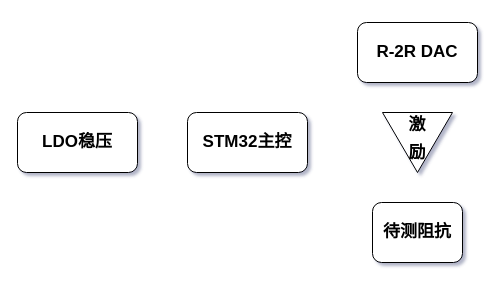
The draw.io diagram PDF/Untitled Diagram.drawio in hecheng1-byte/PCM2904, before the edit. Source tidied: cells renumbered, new cells numbered last; positions are measured from the earlier drawing's top-left corner, leaving out a move shared by most shapes. Both pictures are drawn from the tidied source at 100%, with x=0, y=0 at pixel (17, 22).
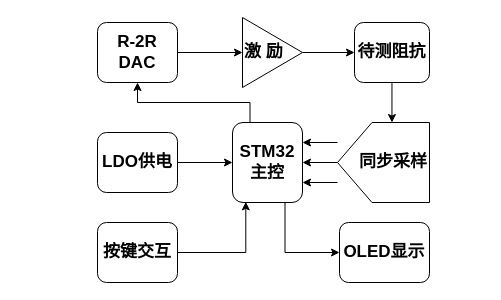
After the change.

Change to the diagram source:
```diff
@@
-<mxGraphModel background="#ffffff" shadow="1">
+<mxGraphModel>
   <root>
     <mxCell id="0" />
     <mxCell id="1" parent="0" />
+    <mxCell id="7" style="edgeStyle=orthogonalEdgeStyle;rounded=0;jettySize=auto;html=1;exitX=0.25;exitY=0;exitDx=0;exitDy=0;entryX=0.5;entryY=1;entryDx=0;entryDy=0;" parent="1" edge="1" source="2" target="4">
+      <mxGeometry relative="1" as="geometry" />
+    </mxCell>
+    <mxCell id="8" style="edgeStyle=orthogonalEdgeStyle;rounded=0;jettySize=auto;html=1;exitX=0.75;exitY=1;exitDx=0;exitDy=0;entryX=0;entryY=0.5;entryDx=0;entryDy=0;" parent="1" edge="1" source="2" target="19">
+      <mxGeometry relative="1" as="geometry" />
+    </mxCell>
     <mxCell id="2" value="&lt;b&gt;&lt;font style=&quot;font-size: 17px&quot;&gt;STM32主控&lt;/font&gt;&lt;/b&gt;" style="rounded=1;whiteSpace=wrap;html=1;" parent="1" vertex="1">
-      <mxGeometry x="170" y="90" width="120" height="60" as="geometry" />
+      <mxGeometry x="215" y="100" width="70" height="80" as="geometry" />
     </mxCell>
+    <mxCell id="9" style="edgeStyle=orthogonalEdgeStyle;rounded=0;jettySize=auto;html=1;entryX=0;entryY=0.5;entryDx=0;entryDy=0;" parent="1" edge="1" source="3" target="2">
+      <mxGeometry relative="1" as="geometry" />
+    </mxCell>
-    <mxCell id="3" value="&lt;b&gt;&lt;font style=&quot;font-size: 17px&quot;&gt;LDO稳压&lt;/font&gt;&lt;/b&gt;" style="rounded=1;whiteSpace=wrap;html=1;" parent="1" vertex="1">
-      <mxGeometry y="90" width="120" height="60" as="geometry" />
+    <mxCell id="3" value="&lt;b&gt;&lt;font style=&quot;font-size: 17px&quot;&gt;LDO供电&lt;/font&gt;&lt;/b&gt;" style="rounded=1;whiteSpace=wrap;html=1;" parent="1" vertex="1">
+      <mxGeometry x="80" y="110" width="80" height="60" as="geometry" />
     </mxCell>
+    <mxCell id="10" style="edgeStyle=orthogonalEdgeStyle;rounded=0;jettySize=auto;html=1;entryX=0;entryY=0.5;entryDx=0;entryDy=0;" parent="1" edge="1" source="4" target="6">
+      <mxGeometry relative="1" as="geometry" />
+    </mxCell>
     <mxCell id="4" value="&lt;b&gt;&lt;font style=&quot;font-size: 17px&quot;&gt;R-2R DAC&lt;/font&gt;&lt;/b&gt;" style="rounded=1;whiteSpace=wrap;html=1;" parent="1" vertex="1">
-      <mxGeometry x="340" width="120" height="60" as="geometry" />
+      <mxGeometry x="80" width="80" height="60" as="geometry" />
     </mxCell>
+    <mxCell id="11" style="edgeStyle=orthogonalEdgeStyle;rounded=0;jettySize=auto;html=1;entryX=0;entryY=0.408;entryDx=0;entryDy=0;entryPerimeter=0;" parent="1" edge="1" source="5" target="16">
+      <mxGeometry relative="1" as="geometry" />
+    </mxCell>
     <mxCell id="5" value="&lt;b&gt;&lt;font style=&quot;font-size: 17px&quot;&gt;待测阻抗&lt;/font&gt;&lt;/b&gt;" style="rounded=1;whiteSpace=wrap;html=1;" parent="1" vertex="1">
-      <mxGeometry x="355" y="180" width="90" height="60" as="geometry" />
+      <mxGeometry x="337" width="75" height="60" as="geometry" />
     </mxCell>
+    <mxCell id="12" style="edgeStyle=orthogonalEdgeStyle;rounded=0;jettySize=auto;html=1;entryX=0;entryY=0.5;entryDx=0;entryDy=0;" parent="1" edge="1" source="6" target="5">
+      <mxGeometry relative="1" as="geometry" />
+    </mxCell>
-    <mxCell id="6" value="&lt;div style=&quot;font-size: 17px&quot; align=&quot;center&quot;&gt;&lt;sup&gt;&lt;b&gt;&lt;font style=&quot;font-size: 17px&quot;&gt;激&lt;/font&gt;&lt;/b&gt;&lt;/sup&gt;&lt;/div&gt;&lt;div style=&quot;font-size: 17px&quot; align=&quot;center&quot;&gt;&lt;sup&gt;&lt;b&gt;&lt;font style=&quot;font-size: 17px&quot;&gt;励&lt;/font&gt;&lt;/b&gt;&lt;/sup&gt;&lt;/div&gt;" style="triangle;whiteSpace=wrap;html=1;direction=south;align=center;" parent="1" vertex="1">
-      <mxGeometry x="365" y="90" width="70" height="60" as="geometry" />
+    <mxCell id="6" value="&lt;div style=&quot;font-size: 17px&quot; align=&quot;left&quot;&gt;&lt;b&gt;激 励&lt;/b&gt;&lt;/div&gt;" style="triangle;whiteSpace=wrap;html=1;direction=east;align=left;" parent="1" vertex="1">
+      <mxGeometry x="225" y="-5" width="60" height="70" as="geometry" />
     </mxCell>
+    <mxCell id="13" style="edgeStyle=orthogonalEdgeStyle;rounded=0;jettySize=auto;html=1;entryX=1;entryY=0.5;entryDx=0;entryDy=0;" parent="1" edge="1" source="16" target="2">
+      <mxGeometry relative="1" as="geometry" />
+    </mxCell>
+    <mxCell id="14" style="edgeStyle=orthogonalEdgeStyle;rounded=0;jettySize=auto;html=1;exitX=0.25;exitY=1;exitDx=0;exitDy=0;entryX=1;entryY=0.25;entryDx=0;entryDy=0;" parent="1" edge="1" source="16" target="2">
+      <mxGeometry relative="1" as="geometry" />
+    </mxCell>
+    <mxCell id="15" style="edgeStyle=orthogonalEdgeStyle;rounded=0;jettySize=auto;html=1;exitX=0.75;exitY=1;exitDx=0;exitDy=0;entryX=1;entryY=0.75;entryDx=0;entryDy=0;" parent="1" edge="1" source="16" target="2">
+      <mxGeometry relative="1" as="geometry" />
+    </mxCell>
+    <mxCell id="16" value="&lt;div align=&quot;right&quot;&gt;&lt;b&gt;&lt;font style=&quot;font-size: 17px&quot;&gt;同步采样&lt;/font&gt;&lt;/b&gt;&lt;/div&gt;" style="shape=offPageConnector;whiteSpace=wrap;html=1;direction=south;align=right;" parent="1" vertex="1">
+      <mxGeometry x="320" y="100" width="92" height="80" as="geometry" />
+    </mxCell>
+    <mxCell id="17" style="edgeStyle=orthogonalEdgeStyle;rounded=0;jettySize=auto;html=1;entryX=0.19;entryY=0.992;entryDx=0;entryDy=0;entryPerimeter=0;" parent="1" edge="1" source="18" target="2">
+      <mxGeometry relative="1" as="geometry" />
+    </mxCell>
+    <mxCell id="18" value="&lt;b&gt;&lt;font style=&quot;font-size: 17px&quot;&gt;按键交互&lt;/font&gt;&lt;/b&gt;" style="rounded=1;whiteSpace=wrap;html=1;" parent="1" vertex="1">
+      <mxGeometry x="80" y="200" width="80" height="60" as="geometry" />
+    </mxCell>
+    <mxCell id="19" value="&lt;b&gt;&lt;font style=&quot;font-size: 17px&quot;&gt;OLED显示&lt;/font&gt;&lt;/b&gt;" style="rounded=1;whiteSpace=wrap;html=1;" parent="1" vertex="1">
+      <mxGeometry x="322" y="200" width="90" height="60" as="geometry" />
+    </mxCell>
   </root>
 </mxGraphModel>
```
